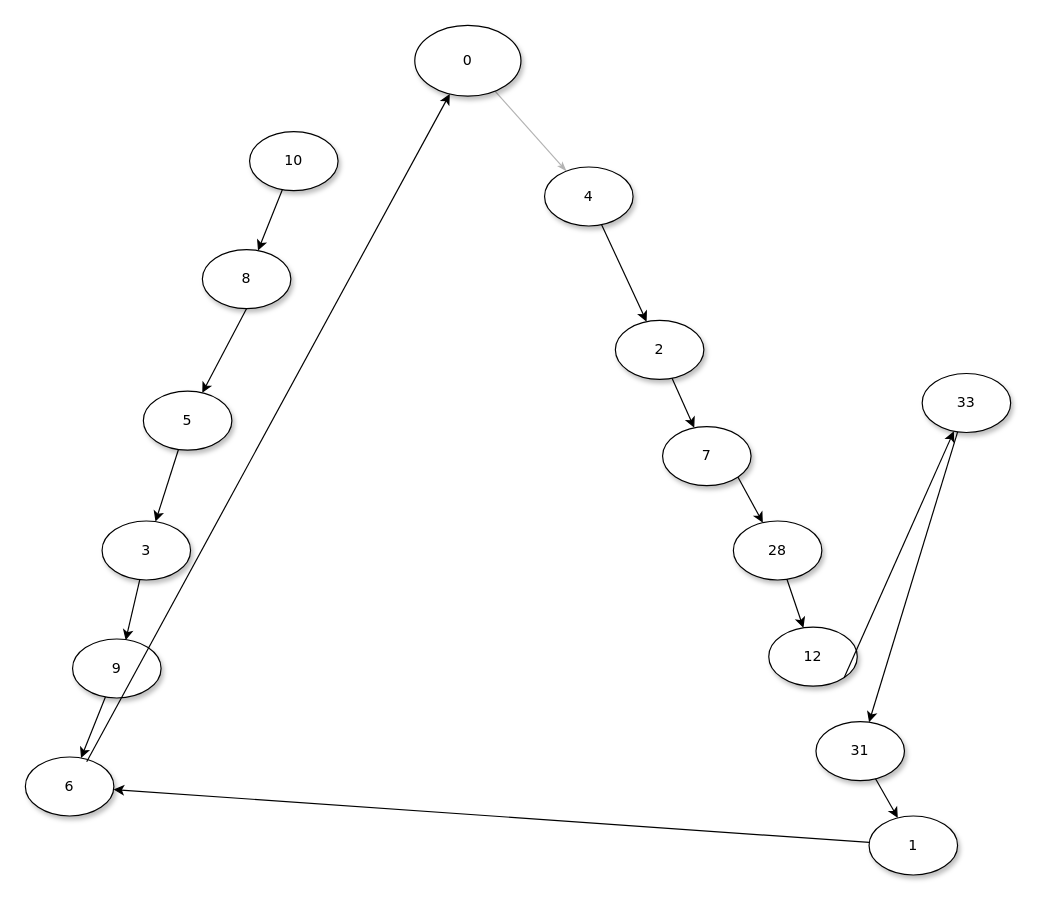
Above: flock.drawio in Vickers-Zhu/Trajectory (draw.io), before the change. Source tidied: cells renumbered, new cells numbered last; positions are measured from the earlier drawing's top-left corner, leaving out a move shared by most shapes. Both pictures are drawn from the tidied source at 118%, with x=0, y=0 at pixel (25, 25).
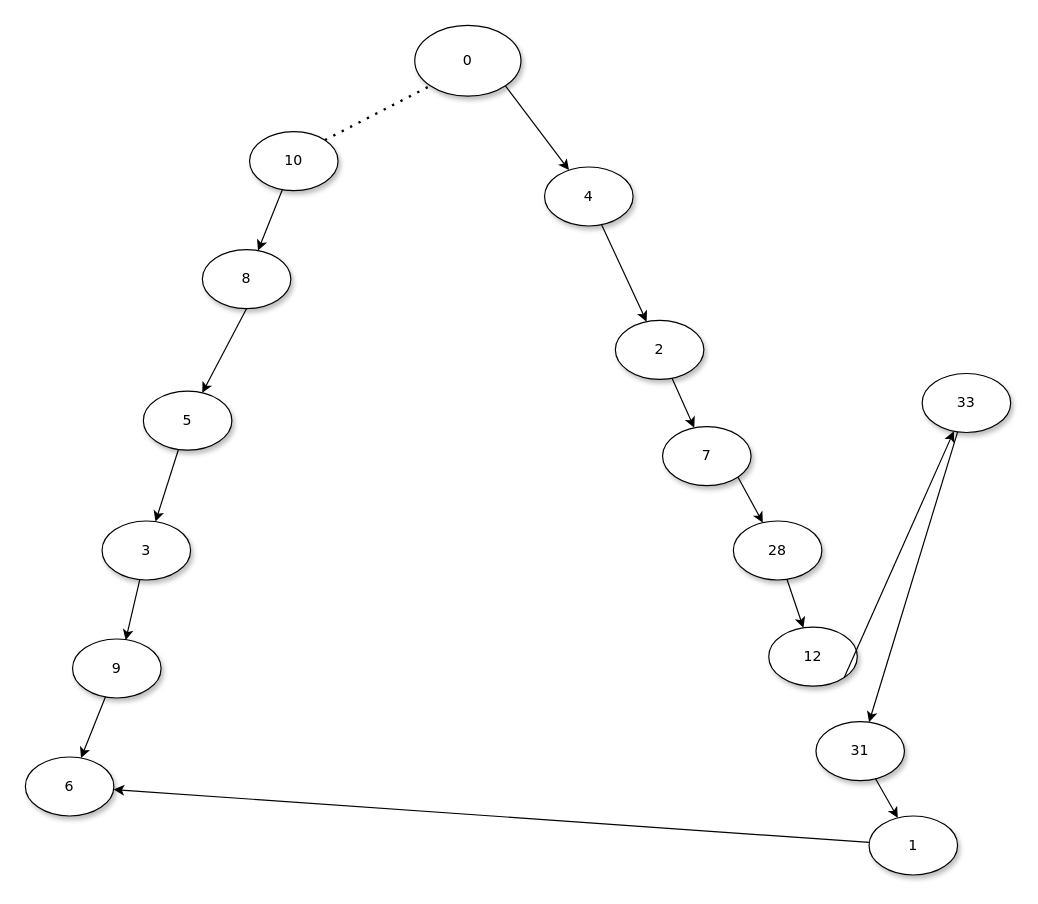
The same diagram, later.

Unchanged cells that the change refers to:
```xml
<mxCell id="3" value="0" style="ellipse;whiteSpace=wrap;html=1;rounded=0;shadow=1;comic=0;labelBackgroundColor=none;strokeWidth=1;fontFamily=Verdana;fontSize=12;align=center;" parent="1" vertex="1">
  <mxGeometry x="330" width="90" height="60" as="geometry" />
</mxCell>
<mxCell id="4" value="&lt;span&gt;4&lt;/span&gt;" style="ellipse;whiteSpace=wrap;html=1;rounded=0;shadow=1;comic=0;labelBackgroundColor=none;strokeWidth=1;fontFamily=Verdana;fontSize=12;align=center;" parent="1" vertex="1">
  <mxGeometry x="440" y="120" width="75" height="50" as="geometry" />
</mxCell>
<mxCell id="6" value="10" style="ellipse;whiteSpace=wrap;html=1;rounded=0;shadow=1;comic=0;labelBackgroundColor=none;strokeWidth=1;fontFamily=Verdana;fontSize=12;align=center;" parent="1" vertex="1">
  <mxGeometry x="190" y="90" width="75" height="50" as="geometry" />
</mxCell>
<mxCell id="10" value="&lt;span&gt;6&lt;/span&gt;" style="ellipse;whiteSpace=wrap;html=1;rounded=0;shadow=1;comic=0;labelBackgroundColor=none;strokeWidth=1;fontFamily=Verdana;fontSize=12;align=center;" parent="1" vertex="1">
  <mxGeometry y="620" width="75" height="50" as="geometry" />
</mxCell>
```

What changed in the source:
```diff
@@
-    <mxCell id="2" style="edgeStyle=none;rounded=1;html=1;labelBackgroundColor=none;startArrow=none;startFill=0;startSize=5;endArrow=classicThin;endFill=1;endSize=5;jettySize=auto;strokeColor=#B3B3B3;strokeWidth=1;fontFamily=Verdana;fontSize=12;" parent="1" edge="1" source="3" target="4">
-      <mxGeometry relative="1" as="geometry" />
-    </mxCell>
@@
-    <mxCell id="23" style="endArrow=classic;html=1;rounded=0;exitX=0.693;exitY=0.08;exitDx=0;exitDy=0;exitPerimeter=0;" parent="1" edge="1" source="10" target="3">
-      <mxGeometry relative="1" as="geometry" />
-    </mxCell>
@@
+    <mxCell id="2" style="endArrow=classic;html=1;rounded=0;exitX=1;exitY=1;exitDx=0;exitDy=0;" parent="1" edge="1" source="3" target="4">
+      <mxGeometry relative="1" as="geometry" />
+    </mxCell>
+    <mxCell id="32" style="endArrow=none;dashed=1;html=1;dashPattern=1 3;strokeWidth=2;rounded=0;entryX=0;entryY=1;entryDx=0;entryDy=0;exitX=1;exitY=0;exitDx=0;exitDy=0;" parent="1" edge="1" source="6" target="3">
+      <mxGeometry relative="1" as="geometry" />
+    </mxCell>
```
